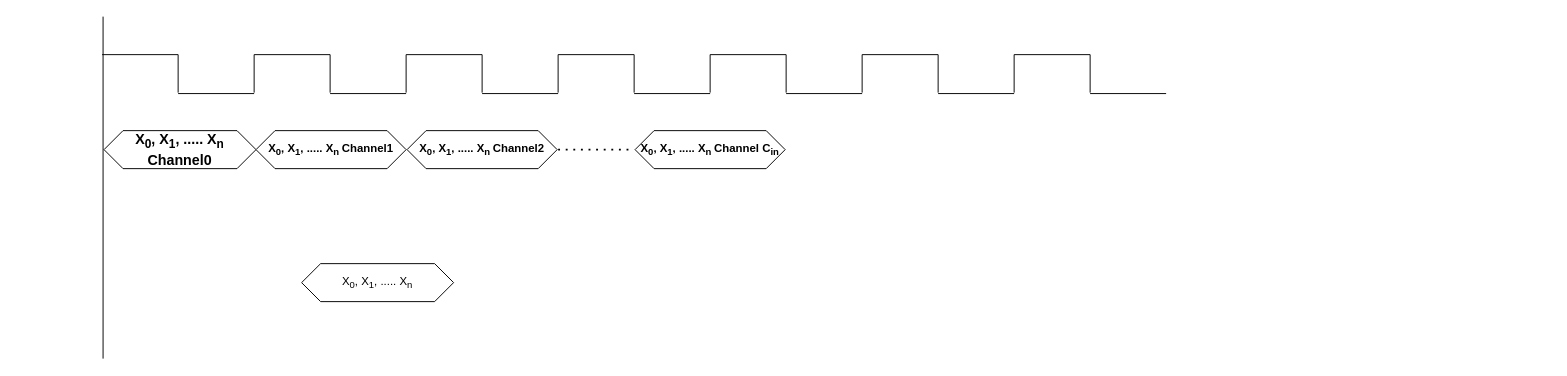
Before: Timing diagram_eIQ_neutron.drawio in Nithyarajoman/Drawio-figures, a draw.io diagram. Source tidied: cells renumbered, new cells numbered last; positions are measured from the earlier drawing's top-left corner, leaving out a move shared by most shapes. Both pictures are drawn from the tidied source at 95%, with x=0, y=0 at pixel (102, 16).
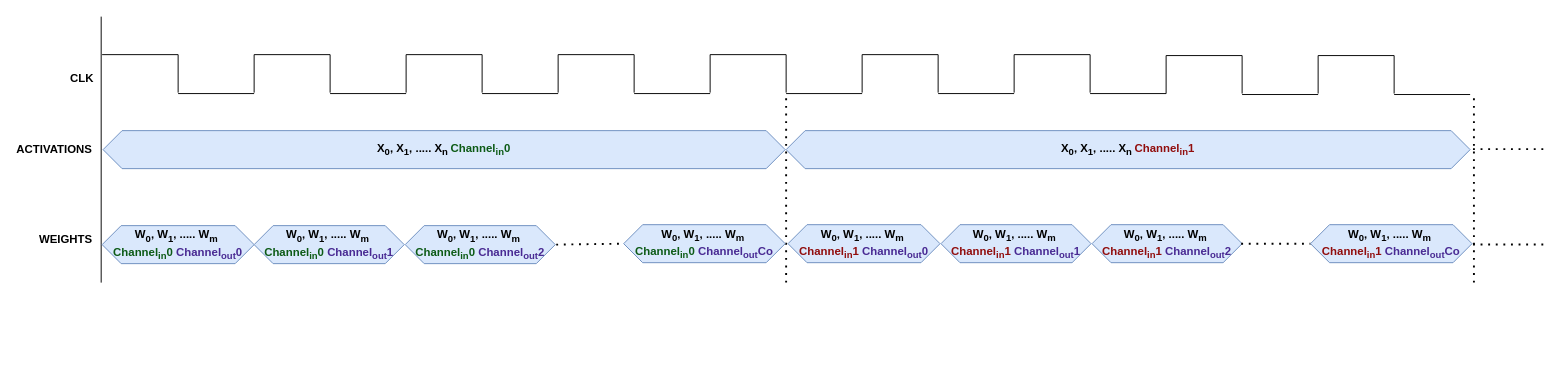
Above is the later version.

What changed in the source:
```diff
@@
-    <mxCell id="2" value="&lt;b&gt;&lt;font style=&quot;font-size: 15px;&quot;&gt;X&lt;sub style=&quot;&quot;&gt;0&lt;/sub&gt;, X&lt;sub style=&quot;&quot;&gt;1&lt;/sub&gt;, ..... X&lt;sub style=&quot;&quot;&gt;n &lt;/sub&gt;Channel0&lt;/font&gt;&lt;/b&gt;" style="shape=hexagon;perimeter=hexagonPerimeter2;whiteSpace=wrap;html=1;fixedSize=1;" parent="1" vertex="1">
-      <mxGeometry x="2" y="120" width="160" height="40" as="geometry" />
+    <mxCell id="2" value="&lt;b&gt;&lt;font&gt;X&lt;sub style=&quot;&quot;&gt;0&lt;/sub&gt;, X&lt;sub style=&quot;&quot;&gt;1&lt;/sub&gt;, ..... X&lt;sub style=&quot;&quot;&gt;n &lt;/sub&gt;&lt;font style=&quot;color: light-dark(rgb(12, 90, 21), rgb(237, 237, 237));&quot;&gt;Channel&lt;sub style=&quot;&quot;&gt;in&lt;/sub&gt;0&lt;/font&gt;&lt;/font&gt;&lt;/b&gt;" style="shape=hexagon;perimeter=hexagonPerimeter2;whiteSpace=wrap;html=1;fixedSize=1;fillColor=#dae8fc;strokeColor=#6c8ebf;" parent="1" vertex="1">
+      <mxGeometry x="1" y="120" width="718" height="40" as="geometry" />
     </mxCell>
     <mxCell id="3" style="endArrow=none;html=1;rounded=0;" parent="1" edge="1">
       <mxGeometry relative="1" as="geometry">
-        <mxPoint x="1" y="360" as="sourcePoint" />
-        <mxPoint x="1" as="targetPoint" />
+        <mxPoint x="-1" y="280" as="sourcePoint" />
+        <mxPoint x="-1" as="targetPoint" />
       </mxGeometry>
     </mxCell>
@@
-    <mxCell id="38" value="X&lt;sub&gt;0&lt;/sub&gt;, X&lt;sub&gt;1&lt;/sub&gt;, ..... X&lt;sub&gt;n&lt;/sub&gt;" style="shape=hexagon;perimeter=hexagonPerimeter2;whiteSpace=wrap;html=1;fixedSize=1;" parent="1" vertex="1">
-      <mxGeometry x="210" y="260" width="160" height="40" as="geometry" />
-    </mxCell>
-    <mxCell id="39" value="&lt;b&gt;&lt;font&gt;X&lt;sub style=&quot;&quot;&gt;0&lt;/sub&gt;, X&lt;sub style=&quot;&quot;&gt;1&lt;/sub&gt;, ..... X&lt;sub style=&quot;&quot;&gt;n &lt;/sub&gt;Channel1&lt;/font&gt;&lt;/b&gt;" style="shape=hexagon;perimeter=hexagonPerimeter2;whiteSpace=wrap;html=1;fixedSize=1;" parent="1" vertex="1">
-      <mxGeometry x="162" y="120" width="158" height="40" as="geometry" />
-    </mxCell>
-    <mxCell id="40" value="&lt;b&gt;&lt;font&gt;X&lt;sub style=&quot;&quot;&gt;0&lt;/sub&gt;, X&lt;sub style=&quot;&quot;&gt;1&lt;/sub&gt;, ..... X&lt;sub style=&quot;&quot;&gt;n &lt;/sub&gt;Channel2&lt;/font&gt;&lt;/b&gt;" style="shape=hexagon;perimeter=hexagonPerimeter2;whiteSpace=wrap;html=1;fixedSize=1;" parent="1" vertex="1">
-      <mxGeometry x="321" y="120" width="158" height="40" as="geometry" />
-    </mxCell>
-    <mxCell id="41" style="endArrow=none;dashed=1;html=1;dashPattern=1 3;strokeWidth=2;rounded=0;" parent="1" edge="1">
-      <mxGeometry relative="1" as="geometry">
-        <mxPoint x="480" y="140" as="sourcePoint" />
-        <mxPoint x="560" y="140" as="targetPoint" />
-      </mxGeometry>
-    </mxCell>
-    <mxCell id="42" value="&lt;b&gt;&lt;font&gt;X&lt;sub style=&quot;&quot;&gt;0&lt;/sub&gt;, X&lt;sub style=&quot;&quot;&gt;1&lt;/sub&gt;, ..... X&lt;sub style=&quot;&quot;&gt;n &lt;/sub&gt;Channel C&lt;sub style=&quot;&quot;&gt;in&lt;/sub&gt;&lt;/font&gt;&lt;/b&gt;" style="shape=hexagon;perimeter=hexagonPerimeter2;whiteSpace=wrap;html=1;fixedSize=1;" parent="1" vertex="1">
-      <mxGeometry x="561" y="120" width="158" height="40" as="geometry" />
-    </mxCell>
+    <mxCell id="43" style="endArrow=none;dashed=1;html=1;dashPattern=1 3;strokeWidth=2;rounded=0;" parent="1" edge="1">
+      <mxGeometry relative="1" as="geometry">
+        <mxPoint x="720" y="280" as="sourcePoint" />
+        <mxPoint x="720" y="81" as="targetPoint" />
+      </mxGeometry>
+    </mxCell>
+    <mxCell id="44" value="&lt;b&gt;&lt;font&gt;W&lt;sub style=&quot;&quot;&gt;0&lt;/sub&gt;, W&lt;sub style=&quot;&quot;&gt;1&lt;/sub&gt;, ..... W&lt;sub style=&quot;&quot;&gt;m&amp;nbsp;&lt;/sub&gt;&lt;/font&gt;&lt;/b&gt;&lt;div&gt;&lt;b&gt;&lt;font&gt;&lt;font style=&quot;color: rgb(12, 90, 21);&quot;&gt;Channel&lt;sub&gt;in&lt;/sub&gt;0&lt;/font&gt; &lt;font style=&quot;color: light-dark(rgb(73, 42, 147), rgb(237, 237, 237));&quot;&gt;Channel&lt;sub&gt;out&lt;/sub&gt;0&lt;/font&gt;&lt;/font&gt;&lt;/b&gt;&lt;/div&gt;" style="shape=hexagon;perimeter=hexagonPerimeter2;whiteSpace=wrap;html=1;fixedSize=1;fillColor=#dae8fc;strokeColor=#6c8ebf;" parent="1" vertex="1">
+      <mxGeometry y="220" width="160" height="40" as="geometry" />
+    </mxCell>
+    <mxCell id="45" value="&lt;b&gt;W&lt;sub&gt;0&lt;/sub&gt;, W&lt;sub&gt;1&lt;/sub&gt;, ..... W&lt;sub&gt;m&amp;nbsp;&lt;/sub&gt;&lt;/b&gt;&lt;div&gt;&lt;b&gt;&lt;font style=&quot;color: rgb(12, 90, 21);&quot;&gt;Channel&lt;sub&gt;in&lt;/sub&gt;0&lt;/font&gt; &lt;font style=&quot;color: rgb(73, 42, 147);&quot;&gt;Channel&lt;sub&gt;out&lt;/sub&gt;1&lt;/font&gt;&lt;/b&gt;&lt;/div&gt;" style="shape=hexagon;perimeter=hexagonPerimeter2;whiteSpace=wrap;html=1;fixedSize=1;fillColor=#dae8fc;strokeColor=#6c8ebf;" parent="1" vertex="1">
+      <mxGeometry x="160" y="220" width="158" height="40" as="geometry" />
+    </mxCell>
+    <mxCell id="46" value="&lt;b&gt;W&lt;sub&gt;0&lt;/sub&gt;, W&lt;sub&gt;1&lt;/sub&gt;, ..... W&lt;sub&gt;m&amp;nbsp;&lt;/sub&gt;&lt;/b&gt;&lt;div&gt;&lt;b&gt;&lt;font style=&quot;color: rgb(12, 90, 21);&quot;&gt;Channel&lt;sub&gt;in&lt;/sub&gt;0&lt;/font&gt; &lt;font style=&quot;color: rgb(73, 42, 147);&quot;&gt;Channel&lt;sub&gt;out&lt;/sub&gt;2&lt;/font&gt;&lt;/b&gt;&lt;/div&gt;" style="shape=hexagon;perimeter=hexagonPerimeter2;whiteSpace=wrap;html=1;fixedSize=1;fillColor=#dae8fc;strokeColor=#6c8ebf;" parent="1" vertex="1">
+      <mxGeometry x="319" y="220" width="158" height="40" as="geometry" />
+    </mxCell>
+    <mxCell id="47" style="endArrow=none;dashed=1;html=1;dashPattern=1 3;strokeWidth=2;rounded=0;entryX=0;entryY=0.5;entryDx=0;entryDy=0;" parent="1" edge="1" target="48">
+      <mxGeometry relative="1" as="geometry">
+        <mxPoint x="478" y="240" as="sourcePoint" />
+      </mxGeometry>
+    </mxCell>
+    <mxCell id="48" value="&lt;b&gt;W&lt;sub&gt;0&lt;/sub&gt;, W&lt;sub&gt;1&lt;/sub&gt;, ..... W&lt;sub&gt;m&amp;nbsp;&lt;/sub&gt;&lt;/b&gt;&lt;div&gt;&lt;b&gt;&lt;font style=&quot;color: rgb(12, 90, 21);&quot;&gt;Channel&lt;sub&gt;in&lt;/sub&gt;0 &lt;/font&gt;&lt;font style=&quot;color: rgb(73, 42, 147);&quot;&gt;Channel&lt;sub&gt;out&lt;/sub&gt;Co&lt;/font&gt;&lt;/b&gt;&lt;/div&gt;" style="shape=hexagon;perimeter=hexagonPerimeter2;whiteSpace=wrap;html=1;fixedSize=1;fillColor=#dae8fc;strokeColor=#6c8ebf;" parent="1" vertex="1">
+      <mxGeometry x="549" y="219" width="170" height="40" as="geometry" />
+    </mxCell>
+    <mxCell id="49" value="&lt;b&gt;&lt;font&gt;X&lt;sub style=&quot;&quot;&gt;0&lt;/sub&gt;, X&lt;sub style=&quot;&quot;&gt;1&lt;/sub&gt;, ..... X&lt;sub style=&quot;&quot;&gt;n &lt;/sub&gt;&lt;font style=&quot;color: light-dark(rgb(145, 13, 13), rgb(237, 237, 237));&quot;&gt;Channel&lt;sub style=&quot;&quot;&gt;in&lt;/sub&gt;1&lt;/font&gt;&lt;/font&gt;&lt;/b&gt;" style="shape=hexagon;perimeter=hexagonPerimeter2;whiteSpace=wrap;html=1;fixedSize=1;fillColor=#dae8fc;strokeColor=#6c8ebf;" parent="1" vertex="1">
+      <mxGeometry x="720" y="120" width="720" height="40" as="geometry" />
+    </mxCell>
+    <mxCell id="50" style="group;" parent="1" vertex="1">
+      <mxGeometry x="1120" y="41" width="160" height="41" as="geometry" />
+    </mxCell>
+    <mxCell id="51" style="endArrow=none;html=1;rounded=0;" parent="50" edge="1">
+      <mxGeometry relative="1" as="geometry">
+        <mxPoint as="sourcePoint" />
+        <mxPoint x="80" as="targetPoint" />
+      </mxGeometry>
+    </mxCell>
+    <mxCell id="52" style="endArrow=none;html=1;rounded=0;" parent="50" edge="1">
+      <mxGeometry relative="1" as="geometry">
+        <mxPoint x="80" y="41" as="sourcePoint" />
+        <mxPoint x="160" y="41" as="targetPoint" />
+      </mxGeometry>
+    </mxCell>
+    <mxCell id="53" style="endArrow=none;html=1;rounded=0;" parent="50" edge="1">
+      <mxGeometry relative="1" as="geometry">
+        <mxPoint x="80" as="sourcePoint" />
+        <mxPoint x="80" y="40" as="targetPoint" />
+      </mxGeometry>
+    </mxCell>
+    <mxCell id="54" style="endArrow=none;html=1;rounded=0;" parent="50" edge="1">
+      <mxGeometry relative="1" as="geometry">
+        <mxPoint as="sourcePoint" />
+        <mxPoint y="40" as="targetPoint" />
+      </mxGeometry>
+    </mxCell>
+    <mxCell id="55" style="group;" parent="1" vertex="1">
+      <mxGeometry x="1280" y="41" width="160" height="41" as="geometry" />
+    </mxCell>
+    <mxCell id="56" style="endArrow=none;html=1;rounded=0;" parent="55" edge="1">
+      <mxGeometry relative="1" as="geometry">
+        <mxPoint as="sourcePoint" />
+        <mxPoint x="80" as="targetPoint" />
+      </mxGeometry>
+    </mxCell>
+    <mxCell id="57" style="endArrow=none;html=1;rounded=0;" parent="55" edge="1">
+      <mxGeometry relative="1" as="geometry">
+        <mxPoint x="80" y="41" as="sourcePoint" />
+        <mxPoint x="160" y="41" as="targetPoint" />
+      </mxGeometry>
+    </mxCell>
+    <mxCell id="58" style="endArrow=none;html=1;rounded=0;" parent="55" edge="1">
+      <mxGeometry relative="1" as="geometry">
+        <mxPoint x="80" as="sourcePoint" />
+        <mxPoint x="80" y="40" as="targetPoint" />
+      </mxGeometry>
+    </mxCell>
+    <mxCell id="59" style="endArrow=none;html=1;rounded=0;" parent="55" edge="1">
+      <mxGeometry relative="1" as="geometry">
+        <mxPoint as="sourcePoint" />
+        <mxPoint y="40" as="targetPoint" />
+      </mxGeometry>
+    </mxCell>
+    <mxCell id="60" style="endArrow=none;dashed=1;html=1;dashPattern=1 3;strokeWidth=2;rounded=0;" parent="1" edge="1">
+      <mxGeometry relative="1" as="geometry">
+        <mxPoint x="1444" y="280" as="sourcePoint" />
+        <mxPoint x="1444" y="82" as="targetPoint" />
+      </mxGeometry>
+    </mxCell>
+    <mxCell id="61" style="endArrow=none;dashed=1;html=1;dashPattern=1 3;strokeWidth=2;rounded=0;" parent="1" edge="1">
+      <mxGeometry relative="1" as="geometry">
+        <mxPoint x="1443" y="139.5" as="sourcePoint" />
+        <mxPoint x="1523" y="139.5" as="targetPoint" />
+      </mxGeometry>
+    </mxCell>
+    <mxCell id="62" value="&lt;b&gt;W&lt;sub&gt;0&lt;/sub&gt;, W&lt;sub&gt;1&lt;/sub&gt;, ..... W&lt;sub&gt;m&amp;nbsp;&lt;/sub&gt;&lt;/b&gt;&lt;div&gt;&lt;b&gt;&lt;font style=&quot;color: rgb(145, 13, 13);&quot;&gt;Channel&lt;sub&gt;in&lt;/sub&gt;1&lt;/font&gt; &lt;font style=&quot;color: rgb(73, 42, 147);&quot;&gt;Channel&lt;sub&gt;out&lt;/sub&gt;1&lt;/font&gt;&lt;/b&gt;&lt;/div&gt;" style="shape=hexagon;perimeter=hexagonPerimeter2;whiteSpace=wrap;html=1;fixedSize=1;fillColor=#dae8fc;strokeColor=#6c8ebf;" parent="1" vertex="1">
+      <mxGeometry x="883" y="219" width="158" height="40" as="geometry" />
+    </mxCell>
+    <mxCell id="63" value="&lt;b&gt;W&lt;sub&gt;0&lt;/sub&gt;, W&lt;sub&gt;1&lt;/sub&gt;, ..... W&lt;sub&gt;m&amp;nbsp;&lt;/sub&gt;&lt;/b&gt;&lt;div&gt;&lt;b&gt;&lt;font style=&quot;color: rgb(145, 13, 13);&quot;&gt;Channel&lt;sub&gt;in&lt;/sub&gt;1&lt;/font&gt; &lt;font style=&quot;color: rgb(73, 42, 147);&quot;&gt;Channel&lt;sub&gt;out&lt;/sub&gt;2&lt;/font&gt;&lt;/b&gt;&lt;/div&gt;" style="shape=hexagon;perimeter=hexagonPerimeter2;whiteSpace=wrap;html=1;fixedSize=1;fillColor=#dae8fc;strokeColor=#6c8ebf;" parent="1" vertex="1">
+      <mxGeometry x="1042" y="219" width="158" height="40" as="geometry" />
+    </mxCell>
+    <mxCell id="64" style="endArrow=none;dashed=1;html=1;dashPattern=1 3;strokeWidth=2;rounded=0;" parent="1" edge="1">
+      <mxGeometry relative="1" as="geometry">
+        <mxPoint x="1199" y="239" as="sourcePoint" />
+        <mxPoint x="1272" y="239" as="targetPoint" />
+      </mxGeometry>
+    </mxCell>
+    <mxCell id="65" value="&lt;b&gt;W&lt;sub&gt;0&lt;/sub&gt;, W&lt;sub&gt;1&lt;/sub&gt;, ..... W&lt;sub&gt;m&amp;nbsp;&lt;/sub&gt;&lt;/b&gt;&lt;div&gt;&lt;b&gt;&lt;font style=&quot;color: rgb(145, 13, 13);&quot;&gt;Channel&lt;sub&gt;in&lt;/sub&gt;1&lt;/font&gt; &lt;font style=&quot;color: rgb(73, 42, 147);&quot;&gt;Channel&lt;sub&gt;out&lt;/sub&gt;Co&lt;/font&gt;&lt;/b&gt;&lt;/div&gt;" style="shape=hexagon;perimeter=hexagonPerimeter2;whiteSpace=wrap;html=1;fixedSize=1;fillColor=#dae8fc;strokeColor=#6c8ebf;" parent="1" vertex="1">
+      <mxGeometry x="1272" y="219" width="170" height="40" as="geometry" />
+    </mxCell>
+    <mxCell id="66" value="&lt;b&gt;&lt;font&gt;W&lt;sub style=&quot;&quot;&gt;0&lt;/sub&gt;, W&lt;sub style=&quot;&quot;&gt;1&lt;/sub&gt;, ..... W&lt;sub style=&quot;&quot;&gt;m&amp;nbsp;&lt;/sub&gt;&lt;/font&gt;&lt;/b&gt;&lt;div&gt;&lt;b&gt;&lt;font&gt;&lt;font style=&quot;color: rgb(145, 13, 13);&quot;&gt;Channel&lt;sub&gt;in&lt;/sub&gt;1&lt;/font&gt; &lt;font style=&quot;color: rgb(73, 42, 147);&quot;&gt;Channel&lt;sub&gt;out&lt;/sub&gt;0&lt;/font&gt;&lt;/font&gt;&lt;/b&gt;&lt;/div&gt;" style="shape=hexagon;perimeter=hexagonPerimeter2;whiteSpace=wrap;html=1;fixedSize=1;fillColor=#dae8fc;strokeColor=#6c8ebf;" parent="1" vertex="1">
+      <mxGeometry x="722" y="219" width="160" height="40" as="geometry" />
+    </mxCell>
+    <mxCell id="67" style="endArrow=none;dashed=1;html=1;dashPattern=1 3;strokeWidth=2;rounded=0;" parent="1" edge="1">
+      <mxGeometry relative="1" as="geometry">
+        <mxPoint x="1443" y="239.8" as="sourcePoint" />
+        <mxPoint x="1523" y="239.8" as="targetPoint" />
+      </mxGeometry>
+    </mxCell>
+    <mxCell id="68" value="&lt;b&gt;CLK&lt;/b&gt;" style="text;html=1;whiteSpace=wrap;strokeColor=none;fillColor=none;align=center;verticalAlign=middle;rounded=0;" parent="1" vertex="1">
+      <mxGeometry x="-51" y="50" width="60" height="29" as="geometry" />
+    </mxCell>
+    <mxCell id="69" value="&lt;b&gt;ACTIVATIONS&lt;/b&gt;" style="text;html=1;whiteSpace=wrap;strokeColor=none;fillColor=none;align=center;verticalAlign=middle;rounded=0;" parent="1" vertex="1">
+      <mxGeometry x="-88" y="125.5" width="76" height="29" as="geometry" />
+    </mxCell>
+    <mxCell id="70" value="&lt;b&gt;WEIGHTS&lt;/b&gt;" style="text;html=1;whiteSpace=wrap;strokeColor=none;fillColor=none;align=center;verticalAlign=middle;rounded=0;" parent="1" vertex="1">
+      <mxGeometry x="-68" y="220" width="60" height="29" as="geometry" />
+    </mxCell>
```
